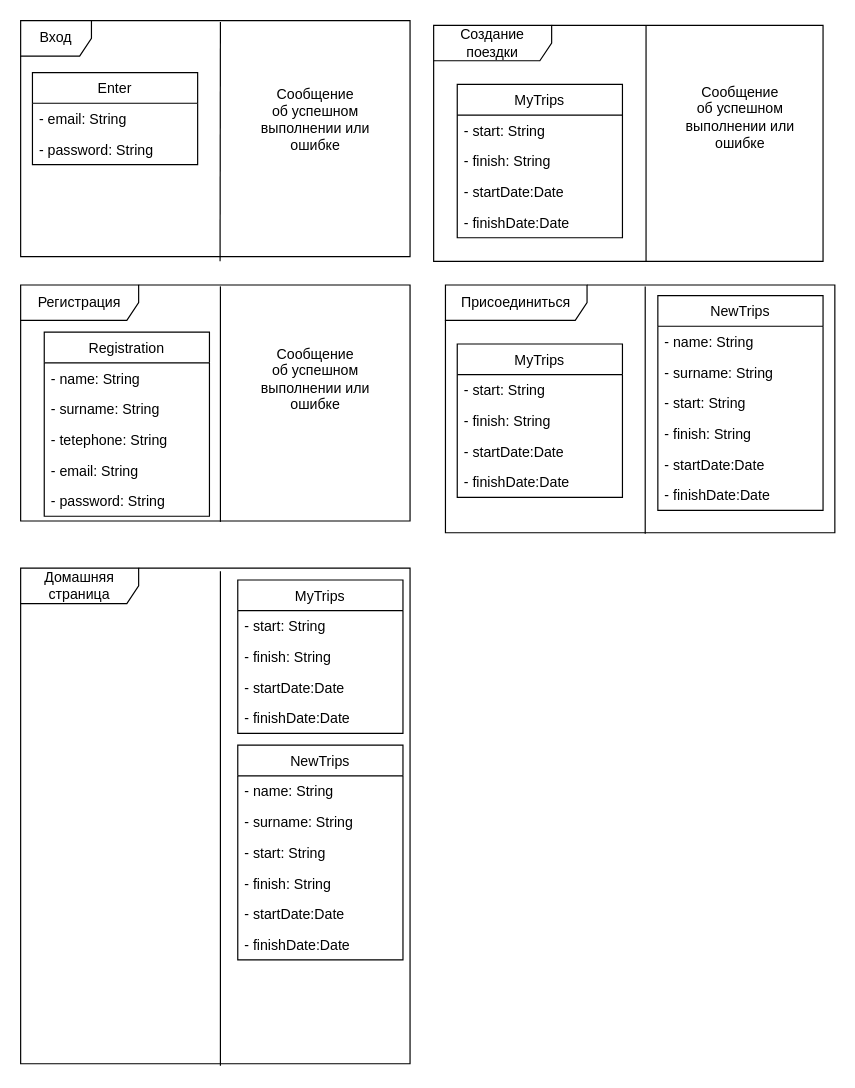
Earlier version of the draw.io diagram Docs/данные.drawio (AlisaBugaeva/Poputchiki). Source tidied: cells renumbered, new cells numbered last; positions are measured from the earlier drawing's top-left corner, leaving out a move shared by most shapes. Both pictures are drawn from the tidied source at 118%, with x=0, y=0 at pixel (20, 20).
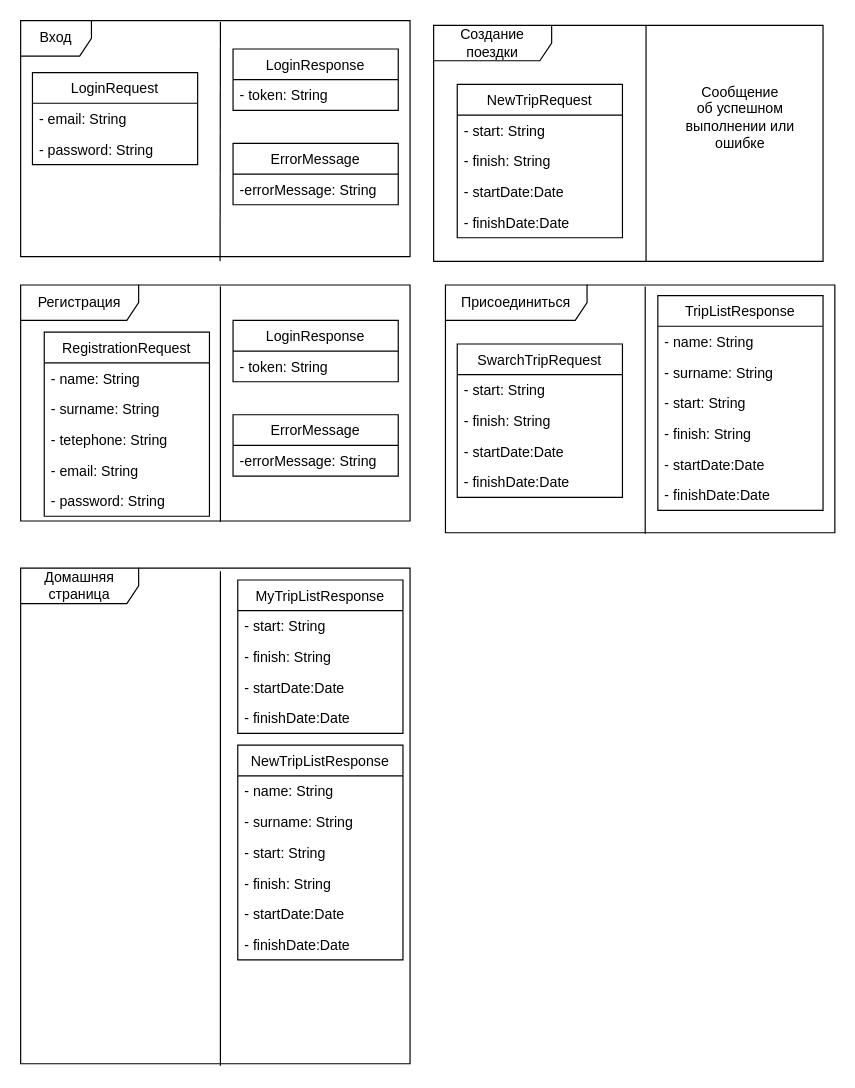
The same diagram, later.

What changed in the source:
```diff
@@
+    <mxCell id="22" value="Домашняя страница" style="shape=umlFrame;whiteSpace=wrap;html=1;width=100;height=30;" parent="1" vertex="1">
+      <mxGeometry y="464" width="330" height="420" as="geometry" />
+    </mxCell>
+    <mxCell id="44" value="Присоединиться" style="shape=umlFrame;whiteSpace=wrap;html=1;width=120;height=30;" parent="1" vertex="1">
+      <mxGeometry x="360" y="224" width="330" height="210" as="geometry" />
+    </mxCell>
+    <mxCell id="36" value="Создание поездки" style="shape=umlFrame;whiteSpace=wrap;html=1;width=100;height=30;" parent="1" vertex="1">
+      <mxGeometry x="350" y="4" width="330" height="200" as="geometry" />
+    </mxCell>
+    <mxCell id="14" value="Регистрация" style="shape=umlFrame;whiteSpace=wrap;html=1;width=100;height=30;" parent="1" vertex="1">
+      <mxGeometry y="224" width="330" height="200" as="geometry" />
+    </mxCell>
+    <mxCell id="11" value="Вход" style="shape=umlFrame;whiteSpace=wrap;html=1;" parent="1" vertex="1">
+      <mxGeometry width="330" height="200" as="geometry" />
+    </mxCell>
-    <mxCell id="2" value="Enter" style="swimlane;fontStyle=0;horizontal=1;startSize=26;fillColor=none;" parent="1" vertex="1">
+    <mxCell id="2" value="LoginRequest" style="swimlane;fontStyle=0;horizontal=1;startSize=26;fillColor=none;" parent="1" vertex="1">
       <mxGeometry x="10" y="44" width="140" height="78" as="geometry" />
     </mxCell>
@@
-    <mxCell id="5" value="Registration" style="swimlane;fontStyle=0;horizontal=1;startSize=26;fillColor=none;" parent="1" vertex="1">
+    <mxCell id="5" value="RegistrationRequest" style="swimlane;fontStyle=0;horizontal=1;startSize=26;fillColor=none;" parent="1" vertex="1">
       <mxGeometry x="20" y="264" width="140" height="156" as="geometry" />
     </mxCell>
@@
-    <mxCell id="11" value="Вход" style="shape=umlFrame;whiteSpace=wrap;html=1;" parent="1" vertex="1">
-      <mxGeometry width="330" height="200" as="geometry" />
-    </mxCell>
@@
-    <mxCell id="13" value="Сообщение&lt;br&gt;об успешном выполнении или ошибке" style="text;html=1;strokeColor=none;fillColor=none;align=center;verticalAlign=middle;whiteSpace=wrap;rounded=0;" parent="1" vertex="1">
-      <mxGeometry x="190" y="44" width="120" height="80" as="geometry" />
-    </mxCell>
-    <mxCell id="14" value="Регистрация" style="shape=umlFrame;whiteSpace=wrap;html=1;width=100;height=30;" parent="1" vertex="1">
-      <mxGeometry y="224" width="330" height="200" as="geometry" />
-    </mxCell>
@@
-    <mxCell id="16" value="Сообщение&lt;br&gt;об успешном выполнении или ошибке" style="text;html=1;strokeColor=none;fillColor=none;align=center;verticalAlign=middle;whiteSpace=wrap;rounded=0;" parent="1" vertex="1">
-      <mxGeometry x="190" y="264" width="120" height="80" as="geometry" />
-    </mxCell>
-    <mxCell id="17" value="MyTrips" style="swimlane;fontStyle=0;horizontal=1;startSize=26;fillColor=none;" parent="1" vertex="1">
+    <mxCell id="17" value="MyTripListResponse" style="swimlane;fontStyle=0;horizontal=1;startSize=26;fillColor=none;" parent="1" vertex="1">
       <mxGeometry x="184" y="474" width="140" height="130" as="geometry" />
     </mxCell>
@@
-    <mxCell id="22" value="Домашняя страница" style="shape=umlFrame;whiteSpace=wrap;html=1;width=100;height=30;" parent="1" vertex="1">
-      <mxGeometry y="464" width="330" height="420" as="geometry" />
-    </mxCell>
@@
-    <mxCell id="24" value="MyTrips" style="swimlane;fontStyle=0;horizontal=1;startSize=26;fillColor=none;" parent="1" vertex="1">
+    <mxCell id="24" value="NewTripRequest" style="swimlane;fontStyle=0;horizontal=1;startSize=26;fillColor=none;" parent="1" vertex="1">
       <mxGeometry x="370" y="54" width="140" height="130" as="geometry" />
     </mxCell>
@@
-    <mxCell id="29" value="NewTrips" style="swimlane;fontStyle=0;horizontal=1;startSize=26;fillColor=none;" parent="1" vertex="1">
+    <mxCell id="29" value="NewTripListResponse" style="swimlane;fontStyle=0;horizontal=1;startSize=26;fillColor=none;" parent="1" vertex="1">
       <mxGeometry x="184" y="614" width="140" height="182" as="geometry" />
     </mxCell>
@@
-    <mxCell id="36" value="Создание поездки" style="shape=umlFrame;whiteSpace=wrap;html=1;width=100;height=30;" parent="1" vertex="1">
-      <mxGeometry x="350" y="4" width="330" height="200" as="geometry" />
-    </mxCell>
@@
-    <mxCell id="39" value="MyTrips" style="swimlane;fontStyle=0;horizontal=1;startSize=26;fillColor=none;" parent="1" vertex="1">
+    <mxCell id="39" value="SwarchTripRequest" style="swimlane;fontStyle=0;horizontal=1;startSize=26;fillColor=none;" parent="1" vertex="1">
       <mxGeometry x="370" y="274" width="140" height="130" as="geometry" />
     </mxCell>
@@
-    <mxCell id="44" value="Присоединиться" style="shape=umlFrame;whiteSpace=wrap;html=1;width=120;height=30;" parent="1" vertex="1">
-      <mxGeometry x="360" y="224" width="330" height="210" as="geometry" />
-    </mxCell>
@@
-    <mxCell id="46" value="NewTrips" style="swimlane;fontStyle=0;horizontal=1;startSize=26;fillColor=none;" parent="1" vertex="1">
+    <mxCell id="46" value="TripListResponse" style="swimlane;fontStyle=0;horizontal=1;startSize=26;fillColor=none;" parent="1" vertex="1">
       <mxGeometry x="540" y="233" width="140" height="182" as="geometry" />
     </mxCell>
@@
+    <mxCell id="53" value="LoginResponse" style="swimlane;fontStyle=0;horizontal=1;startSize=26;fillColor=none;" parent="1" vertex="1">
+      <mxGeometry x="180" y="24" width="140" height="52" as="geometry" />
+    </mxCell>
+    <mxCell id="54" value="- token: String" style="text;strokeColor=none;fillColor=none;align=left;verticalAlign=top;spacingLeft=4;spacingRight=4;overflow=hidden;" parent="53" vertex="1">
+      <mxGeometry y="26" width="140" height="26" as="geometry" />
+    </mxCell>
+    <mxCell id="55" value="ErrorMessage" style="swimlane;fontStyle=0;horizontal=1;startSize=26;fillColor=none;" parent="1" vertex="1">
+      <mxGeometry x="180" y="104" width="140" height="52" as="geometry" />
+    </mxCell>
+    <mxCell id="56" value="-errorMessage: String" style="text;strokeColor=none;fillColor=none;align=left;verticalAlign=top;spacingLeft=4;spacingRight=4;overflow=hidden;" parent="55" vertex="1">
+      <mxGeometry y="26" width="140" height="26" as="geometry" />
+    </mxCell>
+    <mxCell id="57" value="LoginResponse" style="swimlane;fontStyle=0;horizontal=1;startSize=26;fillColor=none;" parent="1" vertex="1">
+      <mxGeometry x="180" y="254" width="140" height="52" as="geometry" />
+    </mxCell>
+    <mxCell id="58" value="- token: String" style="text;strokeColor=none;fillColor=none;align=left;verticalAlign=top;spacingLeft=4;spacingRight=4;overflow=hidden;" parent="57" vertex="1">
+      <mxGeometry y="26" width="140" height="26" as="geometry" />
+    </mxCell>
+    <mxCell id="59" value="ErrorMessage" style="swimlane;fontStyle=0;horizontal=1;startSize=26;fillColor=none;" parent="1" vertex="1">
+      <mxGeometry x="180" y="334" width="140" height="52" as="geometry" />
+    </mxCell>
+    <mxCell id="60" value="-errorMessage: String" style="text;strokeColor=none;fillColor=none;align=left;verticalAlign=top;spacingLeft=4;spacingRight=4;overflow=hidden;" parent="59" vertex="1">
+      <mxGeometry y="26" width="140" height="26" as="geometry" />
+    </mxCell>
```
